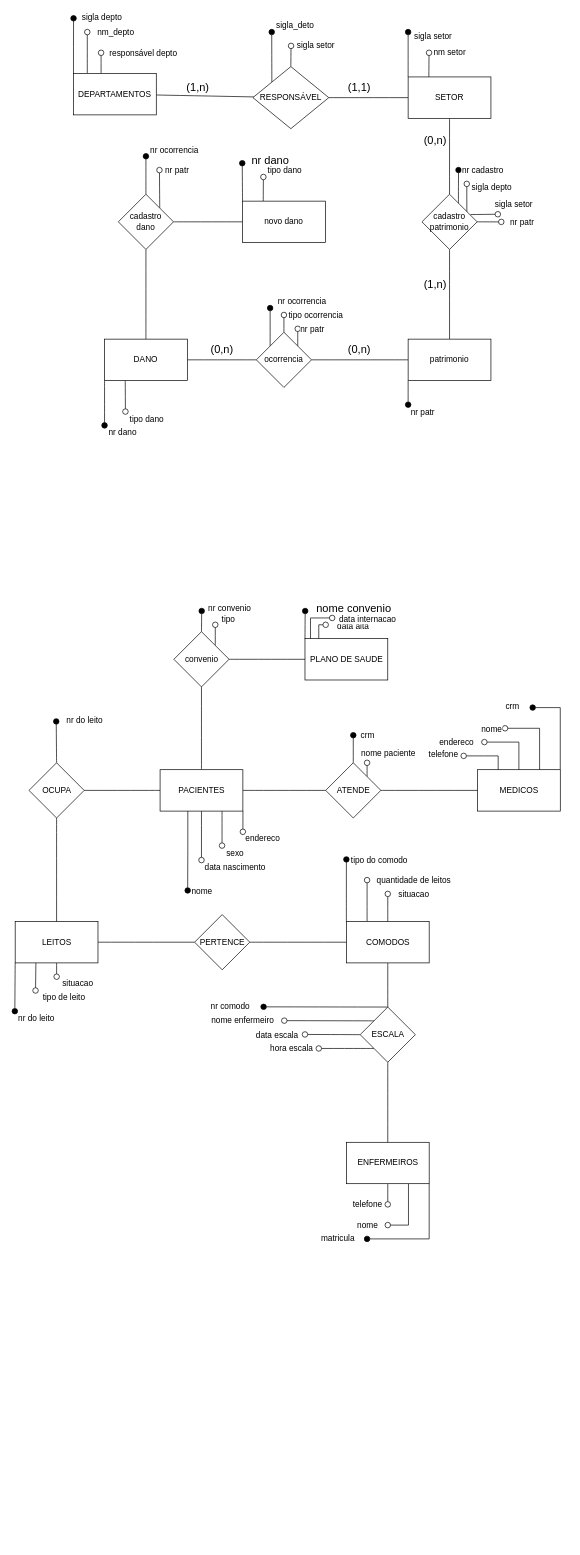
Above: Exercicío_06.drawio in Josielp/DataBase2 (draw.io), before the change. Source tidied: cells renumbered, new cells numbered last; positions are measured from the earlier drawing's top-left corner, leaving out a move shared by most shapes. Both pictures are drawn from the tidied source at 69%, with x=0, y=0 at pixel (14, 18).
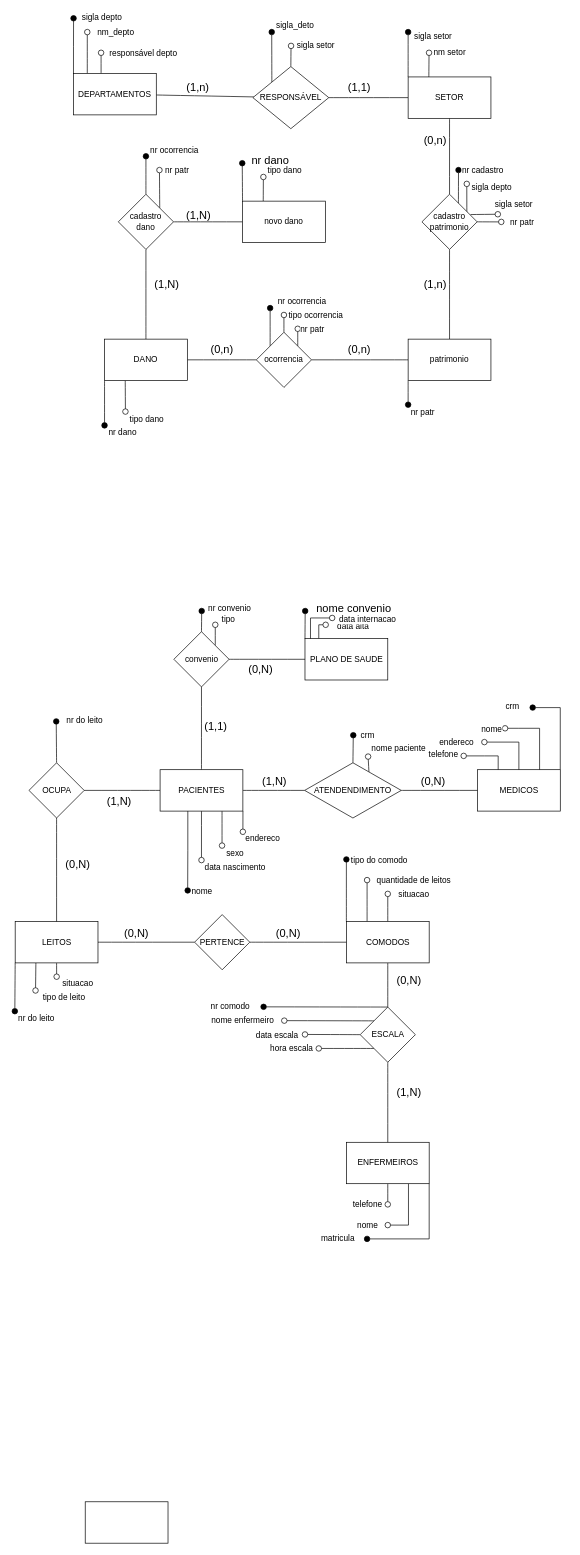
The same page after the edit.

Unchanged cells that the change refers to:
```xml
<mxCell id="2" style="group;" parent="1" vertex="1">
  <mxGeometry x="85" width="620" height="590" as="geometry" />
</mxCell>
<mxCell id="71" style="group;" parent="67" vertex="1">
  <mxGeometry width="760.5" height="929" as="geometry" />
</mxCell>
```

The edit, as a diff of the source:
```diff
@@
+    <mxCell id="147" value="(1,N)" style="text;html=1;align=center;verticalAlign=middle;strokeColor=none;fillColor=none;fontSize=16;" parent="2" vertex="1">
+      <mxGeometry x="105" y="371" width="60" height="30" as="geometry" />
+    </mxCell>
@@
-    <mxCell id="140" style="edgeStyle=none;curved=1;rounded=0;jettySize=auto;html=1;exitX=1;exitY=0;exitDx=0;exitDy=0;fontSize=12;startSize=8;endSize=8;endArrow=oval;endFill=0;" parent="71" edge="1" source="142">
+    <mxCell id="140" style="edgeStyle=none;curved=1;rounded=0;orthogonalLoop=1;jettySize=auto;html=1;exitX=1;exitY=0;exitDx=0;exitDy=0;fontSize=12;startSize=8;endSize=8;endArrow=oval;endFill=0;" parent="71" edge="1">
       <mxGeometry relative="1" as="geometry">
-        <mxPoint x="510.5" y="239" as="targetPoint" />
+        <mxPoint x="513.5" y="258" as="sourcePoint" />
+        <mxPoint x="512" y="230" as="targetPoint" />
       </mxGeometry>
     </mxCell>
     <mxCell id="141" value="nome paciente" style="edgeLabel;html=1;align=center;verticalAlign=middle;fontSize=12;" parent="140" vertex="1">
       <mxGeometry x="0.15" y="-1" relative="1" as="geometry">
-        <mxPoint x="29" y="-23" as="offset" />
+        <mxPoint x="42" y="-23" as="offset" />
       </mxGeometry>
     </mxCell>
-    <mxCell id="142" value="ATENDE" style="rhombus;whiteSpace=wrap;html=1;rounded=0;" parent="71" vertex="1">
-      <mxGeometry x="450.5" y="239" width="80" height="80" as="geometry" />
+    <mxCell id="142" value="ATENDENDIMENTO" style="rhombus;whiteSpace=wrap;html=1;rounded=0;" parent="71" vertex="1">
+      <mxGeometry x="420" y="239" width="140" height="80" as="geometry" />
     </mxCell>
@@
+    <mxCell id="148" value="(1,1)" style="text;html=1;align=center;verticalAlign=middle;strokeColor=none;fillColor=none;fontSize=16;" parent="71" vertex="1">
+      <mxGeometry x="260.5" y="171" width="60" height="30" as="geometry" />
+    </mxCell>
+    <mxCell id="149" value="(0,N)" style="text;html=1;align=center;verticalAlign=middle;strokeColor=none;fillColor=none;fontSize=16;" parent="71" vertex="1">
+      <mxGeometry x="325.5" y="89" width="60" height="30" as="geometry" />
+    </mxCell>
+    <mxCell id="150" value="(1,N)" style="text;html=1;align=center;verticalAlign=middle;strokeColor=none;fillColor=none;fontSize=16;" parent="71" vertex="1">
+      <mxGeometry x="120.5" y="279" width="60" height="30" as="geometry" />
+    </mxCell>
+    <mxCell id="151" value="(0,N)" style="text;html=1;align=center;verticalAlign=middle;strokeColor=none;fillColor=none;fontSize=16;" parent="71" vertex="1">
+      <mxGeometry x="540.5" y="539" width="60" height="30" as="geometry" />
+    </mxCell>
+    <mxCell id="152" value="(1,N)" style="text;html=1;align=center;verticalAlign=middle;strokeColor=none;fillColor=none;fontSize=16;" parent="71" vertex="1">
+      <mxGeometry x="540.5" y="701" width="60" height="30" as="geometry" />
+    </mxCell>
+    <mxCell id="153" value="(0,N)" style="text;html=1;align=center;verticalAlign=middle;strokeColor=none;fillColor=none;fontSize=16;" parent="71" vertex="1">
+      <mxGeometry x="60.5" y="371" width="60" height="30" as="geometry" />
+    </mxCell>
@@
+    <mxCell id="154" style="rounded=0;whiteSpace=wrap;html=1;" parent="1" vertex="1">
+      <mxGeometry x="102" y="2150" width="120" height="60" as="geometry" />
+    </mxCell>
+    <mxCell id="155" value="(1,N)" style="text;html=1;align=center;verticalAlign=middle;strokeColor=none;fillColor=none;fontSize=16;" parent="1" vertex="1">
+      <mxGeometry x="346" y="1091" width="60" height="30" as="geometry" />
+    </mxCell>
+    <mxCell id="156" value="(0,N)" style="text;html=1;align=center;verticalAlign=middle;strokeColor=none;fillColor=none;fontSize=16;" parent="1" vertex="1">
+      <mxGeometry x="576" y="1091" width="60" height="30" as="geometry" />
+    </mxCell>
+    <mxCell id="157" value="(0,N)" style="text;html=1;align=center;verticalAlign=middle;strokeColor=none;fillColor=none;fontSize=16;" parent="1" vertex="1">
+      <mxGeometry x="146" y="1311" width="60" height="30" as="geometry" />
+    </mxCell>
+    <mxCell id="158" value="(0,N)" style="text;html=1;align=center;verticalAlign=middle;strokeColor=none;fillColor=none;fontSize=16;" parent="1" vertex="1">
+      <mxGeometry x="366" y="1311" width="60" height="30" as="geometry" />
+    </mxCell>
+    <mxCell id="159" value="(1,N)" style="text;html=1;align=center;verticalAlign=middle;strokeColor=none;fillColor=none;fontSize=16;" parent="1" vertex="1">
+      <mxGeometry x="236" y="271" width="60" height="30" as="geometry" />
+    </mxCell>
```
